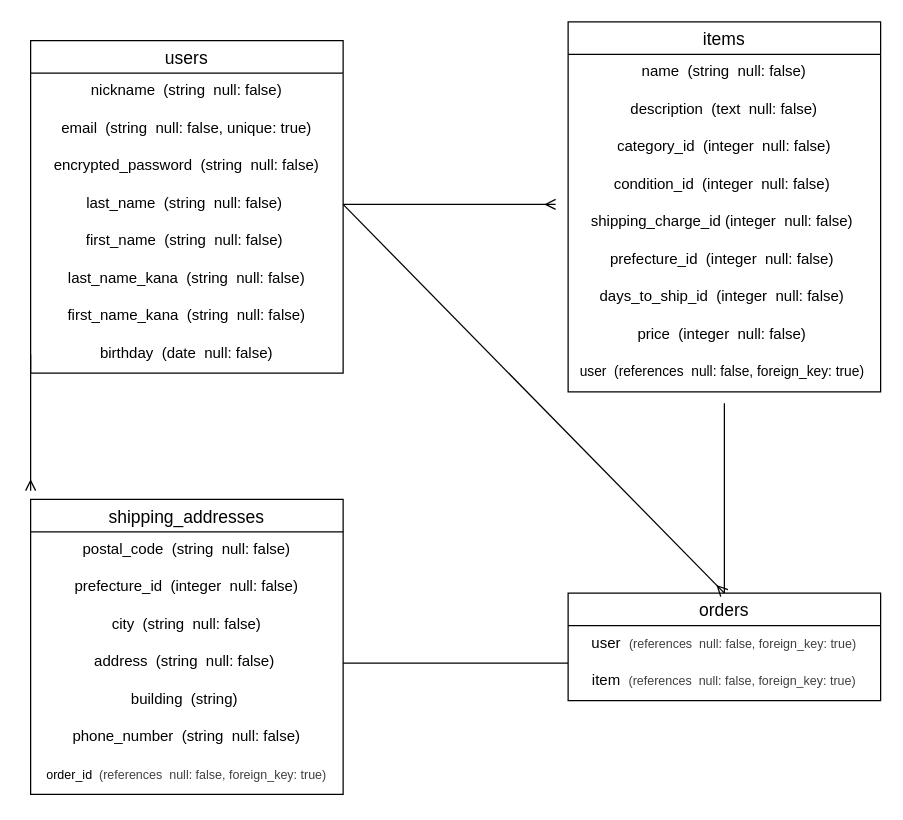
Above: ER図.dio in wataru0327/furima-46336 (draw.io), before the change. Source tidied: cells renumbered, new cells numbered last; positions are measured from the earlier drawing's top-left corner, leaving out a move shared by most shapes. Both pictures are drawn from the tidied source at 125%, with x=0, y=0 at pixel (30, 21).
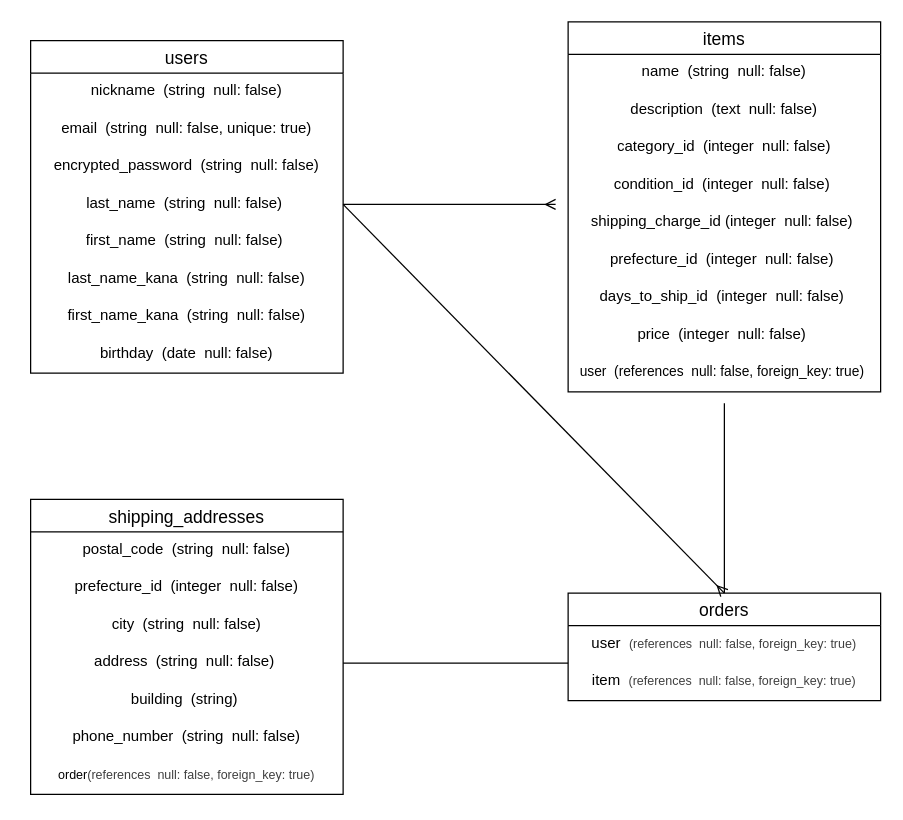
The same diagram, later.

Commit message:
データベース設計修正２

Unchanged cells that the change refers to:
```xml
<mxCell id="2" value="users" style="swimlane;fontStyle=0;horizontal=1;startSize=26;align=center;fontSize=14;" parent="1" vertex="1">
  <mxGeometry y="15" width="250" height="266" as="geometry" />
</mxCell>
<mxCell id="12" value="birthday&amp;nbsp; (date&amp;nbsp; null: false)" style="text;strokeColor=none;fillColor=none;spacingLeft=4;spacingRight=4;overflow=hidden;points=[[0,0.5],[1,0.5]];portConstraint=eastwest;fontSize=12;whiteSpace=wrap;html=1;align=center;" parent="2" vertex="1">
  <mxGeometry y="236" width="250" height="30" as="geometry" />
</mxCell>
<mxCell id="23" value="shipping_addresses" style="swimlane;fontStyle=0;horizontal=1;startSize=26;align=center;fontSize=14;" parent="1" vertex="1">
  <mxGeometry y="382" width="250" height="236" as="geometry" />
</mxCell>
```

The edit, as a diff of the source:
```diff
@@
-    <mxCell id="11" style="edgeStyle=none;html=1;exitX=0;exitY=0.5;exitDx=0;exitDy=0;endArrow=ERmany;endFill=0;" parent="2" edge="1" source="12">
-      <mxGeometry relative="1" as="geometry">
-        <mxPoint y="360" as="targetPoint" />
-      </mxGeometry>
-    </mxCell>
@@
-    <mxCell id="30" value="&lt;font style=&quot;font-size: 10px;&quot;&gt;order_id&amp;nbsp;&amp;nbsp;&lt;span style=&quot;color: rgb(63, 63, 63);&quot;&gt;(references&amp;nbsp; null: false, foreign_key: true)&lt;/span&gt;&lt;/font&gt;" style="text;strokeColor=none;fillColor=none;spacingLeft=4;spacingRight=4;overflow=hidden;fontSize=12;whiteSpace=wrap;html=1;align=center;" parent="23" vertex="1">
+    <mxCell id="30" value="&lt;font style=&quot;font-size: 10px;&quot;&gt;order&lt;span style=&quot;color: rgb(63, 63, 63);&quot;&gt;(references&amp;nbsp; null: false, foreign_key: true)&lt;/span&gt;&lt;/font&gt;" style="text;strokeColor=none;fillColor=none;spacingLeft=4;spacingRight=4;overflow=hidden;fontSize=12;whiteSpace=wrap;html=1;align=center;" parent="23" vertex="1">
       <mxGeometry y="206" width="250" height="30" as="geometry" />
     </mxCell>
```
